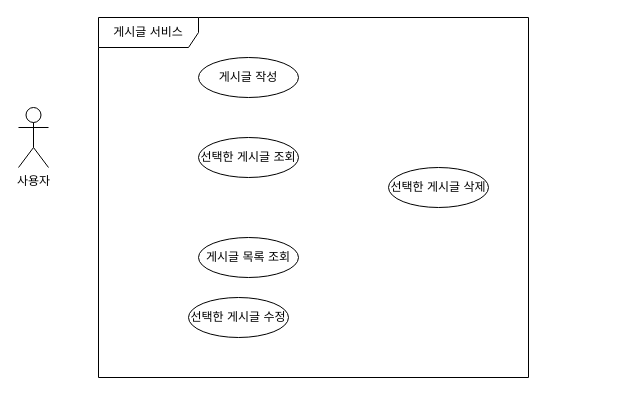
BYEONGRYEOL/spring_lv1_sbl keeps this draw.io diagram as document/usecase_Post.drawio. Above is the earlier version. Source tidied: cells renumbered, new cells numbered last; positions are measured from the earlier drawing's top-left corner, leaving out a move shared by most shapes. Both pictures are drawn from the tidied source at 100%, with x=0, y=0 at pixel (18, 17).
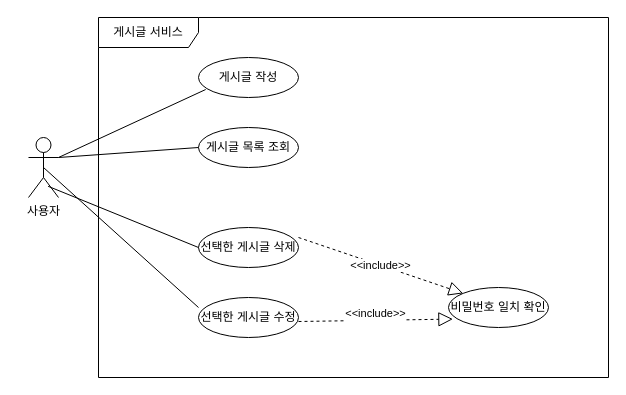
The same diagram, later.

Change to the diagram source:
```diff
@@
 <mxGraphModel>
   <root>
     <mxCell id="0" />
     <mxCell id="1" parent="0" />
     <mxCell id="2" value="게시글 서비스" style="shape=umlFrame;whiteSpace=wrap;html=1;width=100;height=30;" parent="1" vertex="1">
-      <mxGeometry x="80" width="430" height="360" as="geometry" />
+      <mxGeometry x="80" width="510" height="360" as="geometry" />
     </mxCell>
     <mxCell id="3" value="사용자" style="shape=umlActor;verticalLabelPosition=bottom;verticalAlign=top;html=1;" parent="1" vertex="1">
-      <mxGeometry y="90" width="30" height="60" as="geometry" />
+      <mxGeometry x="10" y="120" width="30" height="60" as="geometry" />
     </mxCell>
     <mxCell id="4" value="게시글 작성" style="ellipse;whiteSpace=wrap;html=1;" parent="1" vertex="1">
       <mxGeometry x="180" y="40" width="100" height="40" as="geometry" />
     </mxCell>
-    <mxCell id="5" value="선택한 게시글 조회" style="ellipse;whiteSpace=wrap;html=1;" parent="1" vertex="1">
-      <mxGeometry x="180" y="120" width="100" height="40" as="geometry" />
-    </mxCell>
     <mxCell id="6" value="게시글 목록 조회&lt;br&gt;" style="ellipse;whiteSpace=wrap;html=1;" parent="1" vertex="1">
-      <mxGeometry x="180" y="220" width="100" height="40" as="geometry" />
+      <mxGeometry x="180" y="110" width="100" height="40" as="geometry" />
     </mxCell>
     <mxCell id="7" value="선택한 게시글 수정&lt;br&gt;" style="ellipse;whiteSpace=wrap;html=1;" parent="1" vertex="1">
-      <mxGeometry x="170" y="280" width="100" height="40" as="geometry" />
+      <mxGeometry x="180" y="280" width="100" height="40" as="geometry" />
     </mxCell>
     <mxCell id="8" value="선택한 게시글 삭제" style="ellipse;whiteSpace=wrap;html=1;" parent="1" vertex="1">
-      <mxGeometry x="370" y="150" width="100" height="40" as="geometry" />
+      <mxGeometry x="180" y="210" width="100" height="40" as="geometry" />
     </mxCell>
+    <mxCell id="9" value="비밀번호 일치 확인" style="ellipse;whiteSpace=wrap;html=1;" parent="1" vertex="1">
+      <mxGeometry x="430" y="270" width="100" height="40" as="geometry" />
+    </mxCell>
+    <mxCell id="10" style="endArrow=none;html=1;rounded=0;entryX=0.072;entryY=0.8;entryDx=0;entryDy=0;entryPerimeter=0;exitX=1;exitY=0.3333333333333333;exitDx=0;exitDy=0;exitPerimeter=0;" parent="1" edge="1" source="3" target="4">
+      <mxGeometry relative="1" as="geometry" />
+    </mxCell>
+    <mxCell id="11" style="endArrow=none;html=1;rounded=0;entryX=0;entryY=0.5;entryDx=0;entryDy=0;exitX=1;exitY=0.3333333333333333;exitDx=0;exitDy=0;exitPerimeter=0;" parent="1" edge="1" source="3" target="6">
+      <mxGeometry relative="1" as="geometry" />
+    </mxCell>
+    <mxCell id="12" style="endArrow=none;html=1;rounded=0;entryX=0;entryY=0.5;entryDx=0;entryDy=0;exitX=0.653;exitY=0.813;exitDx=0;exitDy=0;exitPerimeter=0;" parent="1" edge="1" source="3" target="8">
+      <mxGeometry relative="1" as="geometry" />
+    </mxCell>
+    <mxCell id="13" style="endArrow=none;html=1;rounded=0;entryX=0;entryY=0.25;entryDx=0;entryDy=0;exitX=0.5;exitY=0.5;exitDx=0;exitDy=0;exitPerimeter=0;entryPerimeter=0;" parent="1" edge="1" source="3" target="7">
+      <mxGeometry relative="1" as="geometry" />
+    </mxCell>
+    <mxCell id="14" value="&amp;lt;&amp;lt;include&amp;gt;&amp;gt;" style="endArrow=block;dashed=1;endFill=0;endSize=12;html=1;rounded=0;entryX=0;entryY=0;entryDx=0;entryDy=0;" parent="1" edge="1" target="9">
+      <mxGeometry relative="1" as="geometry">
+        <mxPoint x="280" y="220" as="sourcePoint" />
+      </mxGeometry>
+    </mxCell>
+    <mxCell id="15" value="&#10;&lt;span style=&quot;color: rgb(0, 0, 0); font-family: Helvetica; font-size: 11px; font-style: normal; font-variant-ligatures: normal; font-variant-caps: normal; font-weight: 400; letter-spacing: normal; orphans: 2; text-align: center; text-indent: 0px; text-transform: none; widows: 2; word-spacing: 0px; -webkit-text-stroke-width: 0px; background-color: rgb(255, 255, 255); text-decoration-thickness: initial; text-decoration-style: initial; text-decoration-color: initial; float: none; display: inline !important;&quot;&gt;&amp;lt;&amp;lt;include&amp;gt;&amp;gt;&lt;/span&gt;&#10;&#10;" style="endArrow=block;dashed=1;endFill=0;endSize=12;html=1;rounded=0;entryX=0.044;entryY=0.79;entryDx=0;entryDy=0;entryPerimeter=0;" parent="1" edge="1" target="9">
+      <mxGeometry relative="1" as="geometry">
+        <mxPoint x="280" y="304" as="sourcePoint" />
+      </mxGeometry>
+    </mxCell>
   </root>
 </mxGraphModel>
```
